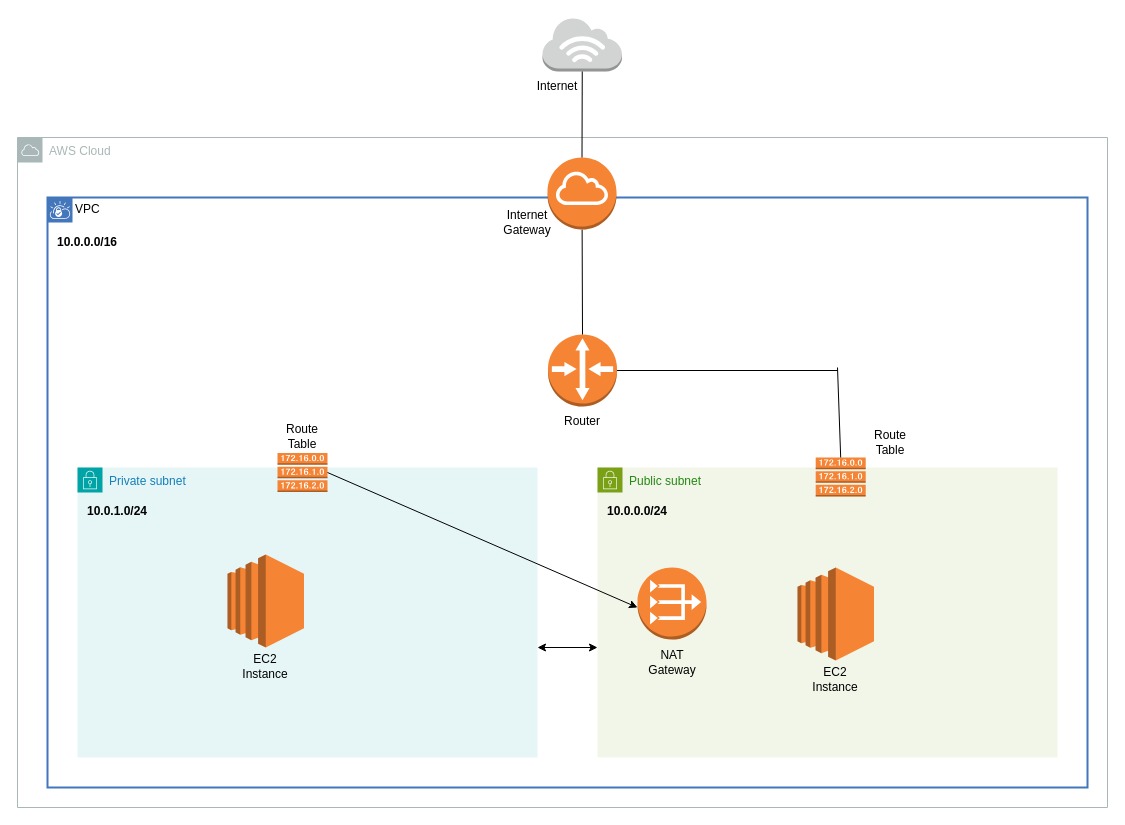
al70023/NERC-Dashboard-Demo keeps this draw.io diagram as Documentation/network diagram.drawio. Above is the earlier version. Source tidied: cells renumbered, new cells numbered last; positions are measured from the earlier drawing's top-left corner, leaving out a move shared by most shapes. Both pictures are drawn from the tidied source at 100%, with x=0, y=0 at pixel (17, 17).
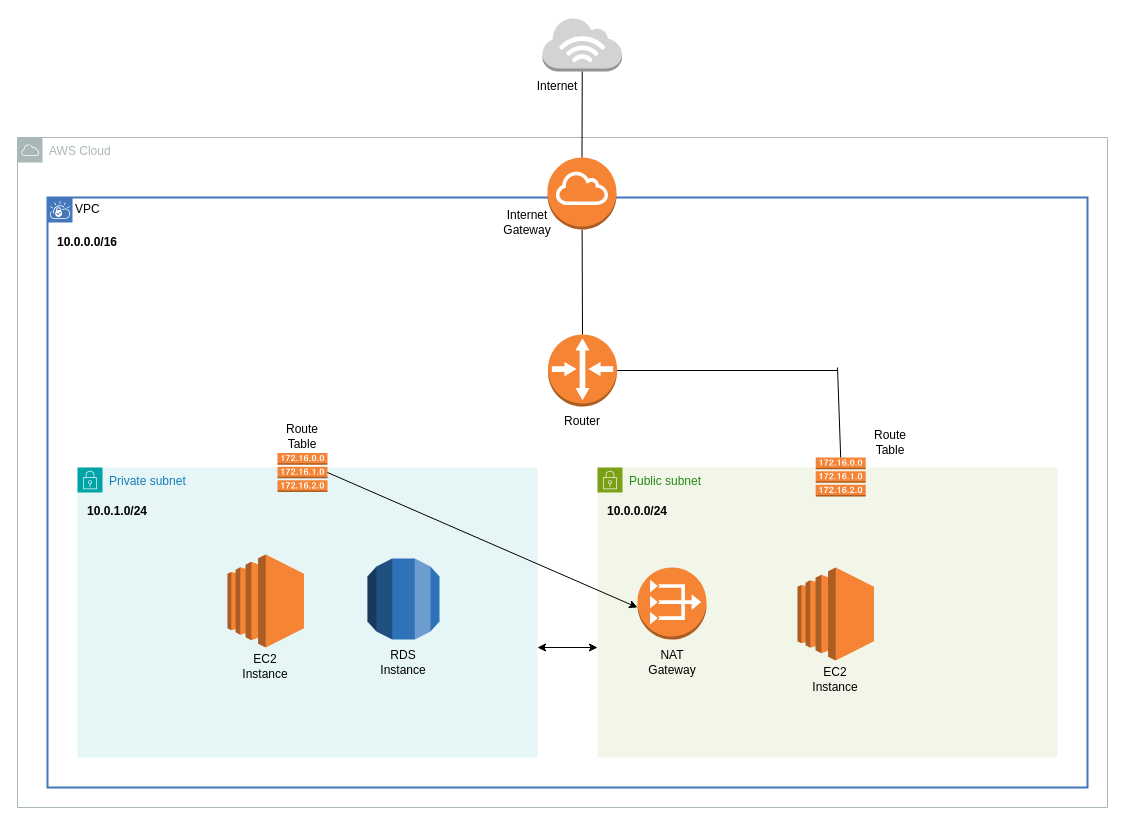
The same diagram, later.

Diff of the diagram source:
```diff
@@
+    <mxCell id="31" style="dashed=0;verticalLabelPosition=bottom;verticalAlign=top;align=center;html=1;shape=mxgraph.aws3.rds;fillColor=#2E73B8;gradientColor=none;" parent="1" vertex="1">
+      <mxGeometry x="350" y="541" width="72" height="81" as="geometry" />
+    </mxCell>
+    <mxCell id="32" value="RDS Instance" style="text;html=1;strokeColor=none;fillColor=none;align=center;verticalAlign=middle;whiteSpace=wrap;rounded=0;" parent="1" vertex="1">
+      <mxGeometry x="356" y="626.5" width="60" height="37" as="geometry" />
+    </mxCell>
```
